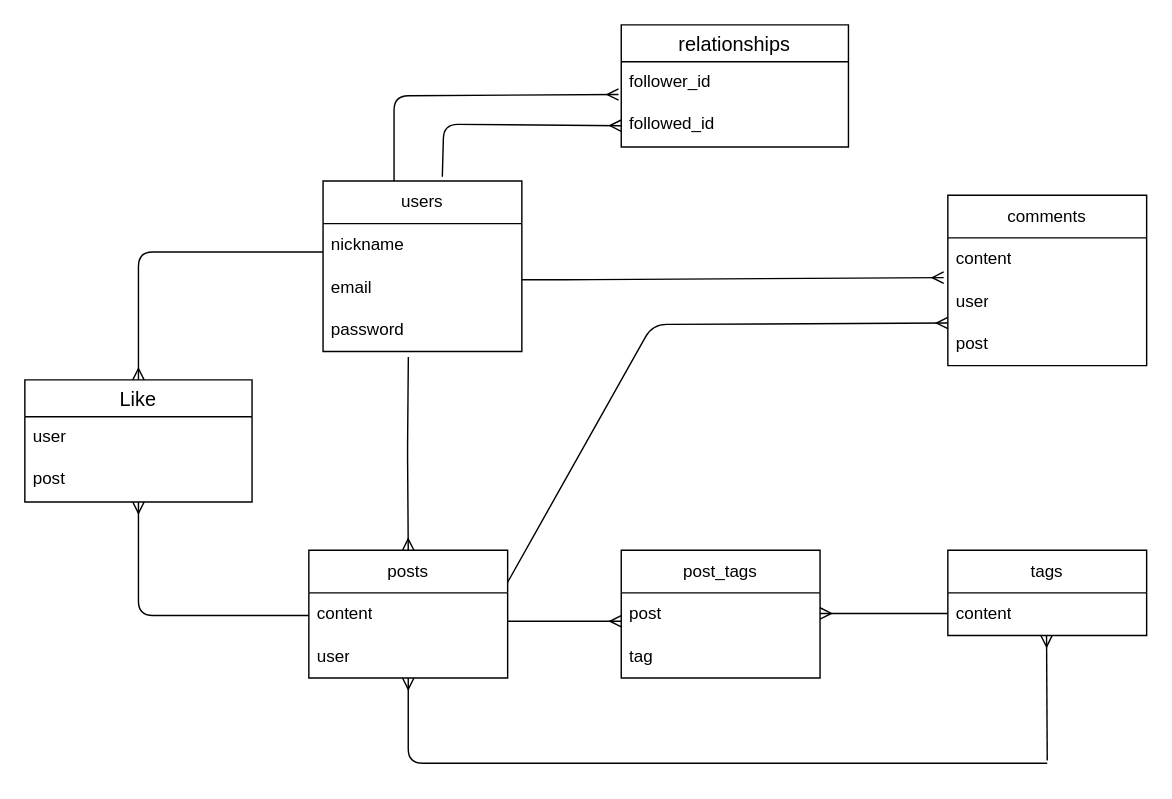
Before: er.dio in 1997722/codehint, a draw.io diagram. Source tidied: cells renumbered, new cells numbered last; positions are measured from the earlier drawing's top-left corner, leaving out a move shared by most shapes. Both pictures are drawn from the tidied source at 142%, with x=0, y=0 at pixel (24, 24).
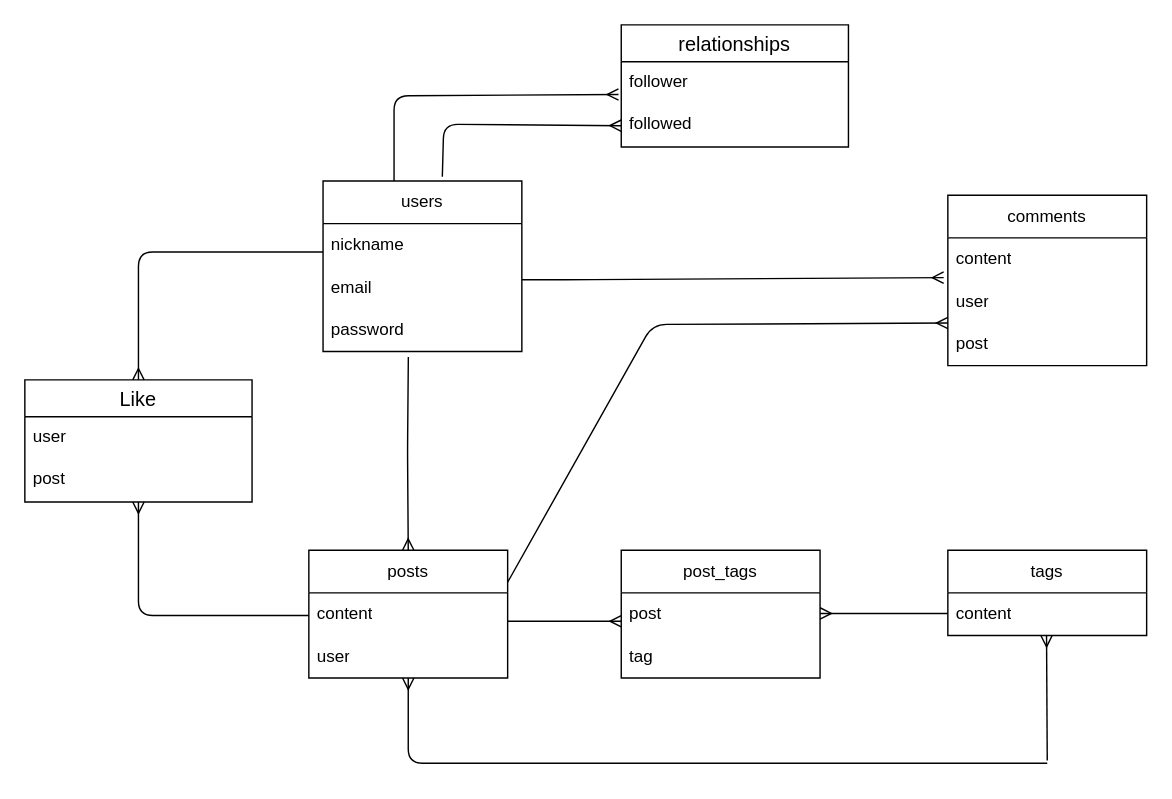
Above is the later version.

Unchanged cells that the change refers to:
```xml
<mxCell id="30" value="relationships" style="swimlane;fontStyle=0;horizontal=1;startSize=26;align=center;fontSize=14;" parent="1" vertex="1">
  <mxGeometry x="420" width="160" height="86" as="geometry" />
</mxCell>
```

Change to the diagram source:
```diff
@@
-    <mxCell id="31" value="follower_id" style="text;strokeColor=none;fillColor=none;spacingLeft=4;spacingRight=4;overflow=hidden;points=[[0,0.5],[1,0.5]];portConstraint=eastwest;fontSize=12;" parent="30" vertex="1">
+    <mxCell id="31" value="follower" style="text;strokeColor=none;fillColor=none;spacingLeft=4;spacingRight=4;overflow=hidden;points=[[0,0.5],[1,0.5]];portConstraint=eastwest;fontSize=12;" parent="30" vertex="1">
       <mxGeometry y="26" width="160" height="30" as="geometry" />
     </mxCell>
-    <mxCell id="32" value="followed_id" style="text;strokeColor=none;fillColor=none;spacingLeft=4;spacingRight=4;overflow=hidden;points=[[0,0.5],[1,0.5]];portConstraint=eastwest;fontSize=12;" parent="30" vertex="1">
+    <mxCell id="32" value="followed" style="text;strokeColor=none;fillColor=none;spacingLeft=4;spacingRight=4;overflow=hidden;points=[[0,0.5],[1,0.5]];portConstraint=eastwest;fontSize=12;" parent="30" vertex="1">
       <mxGeometry y="56" width="160" height="30" as="geometry" />
     </mxCell>
```
